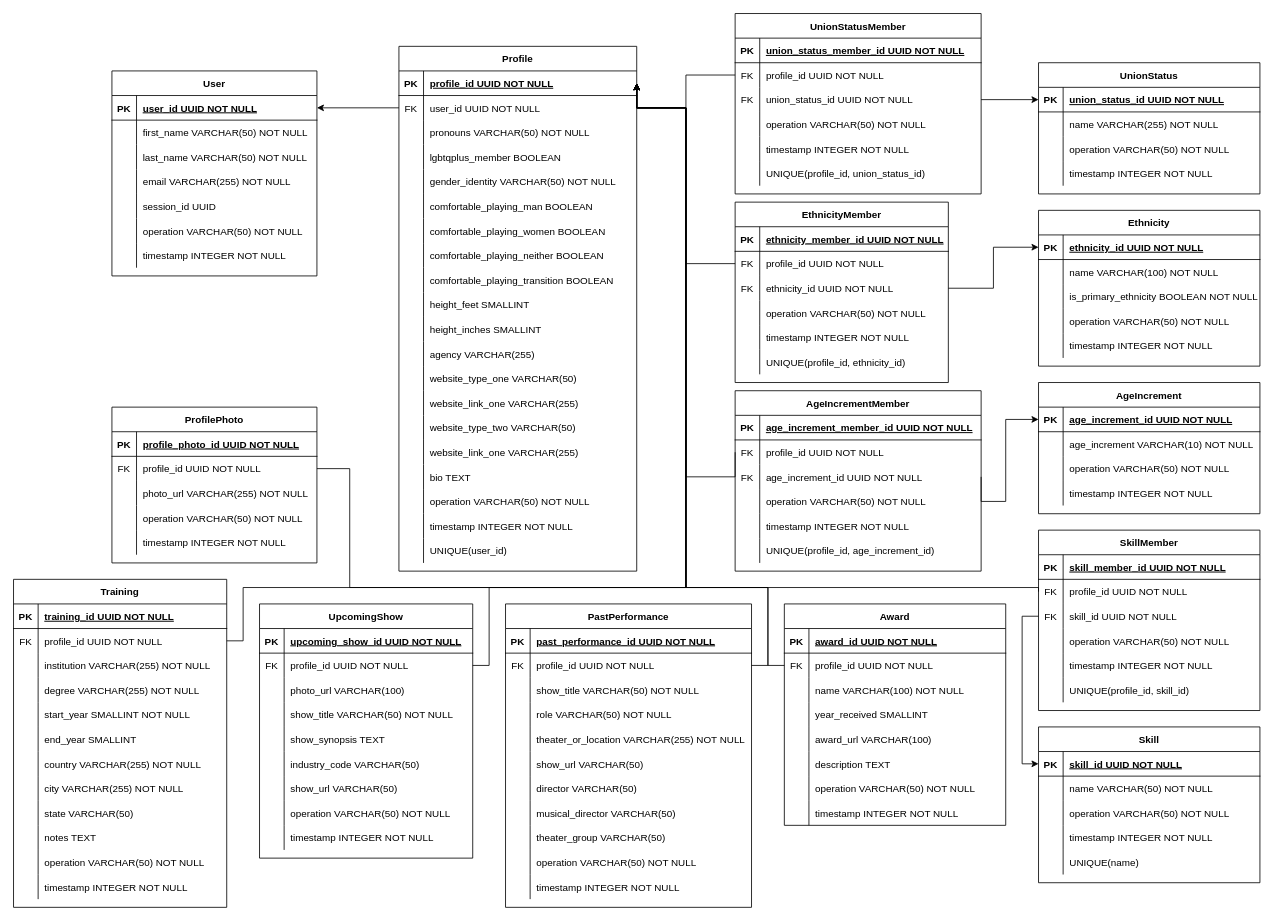
Above: docs/db_designs/cag-backend-api-v1.drawio in Chicago-Artist-Guide/cag-backend-api (draw.io), before the change. Source tidied: cells renumbered, new cells numbered last; positions are measured from the earlier drawing's top-left corner, leaving out a move shared by most shapes. Both pictures are drawn from the tidied source at 82%, with x=0, y=0 at pixel (13, 13).
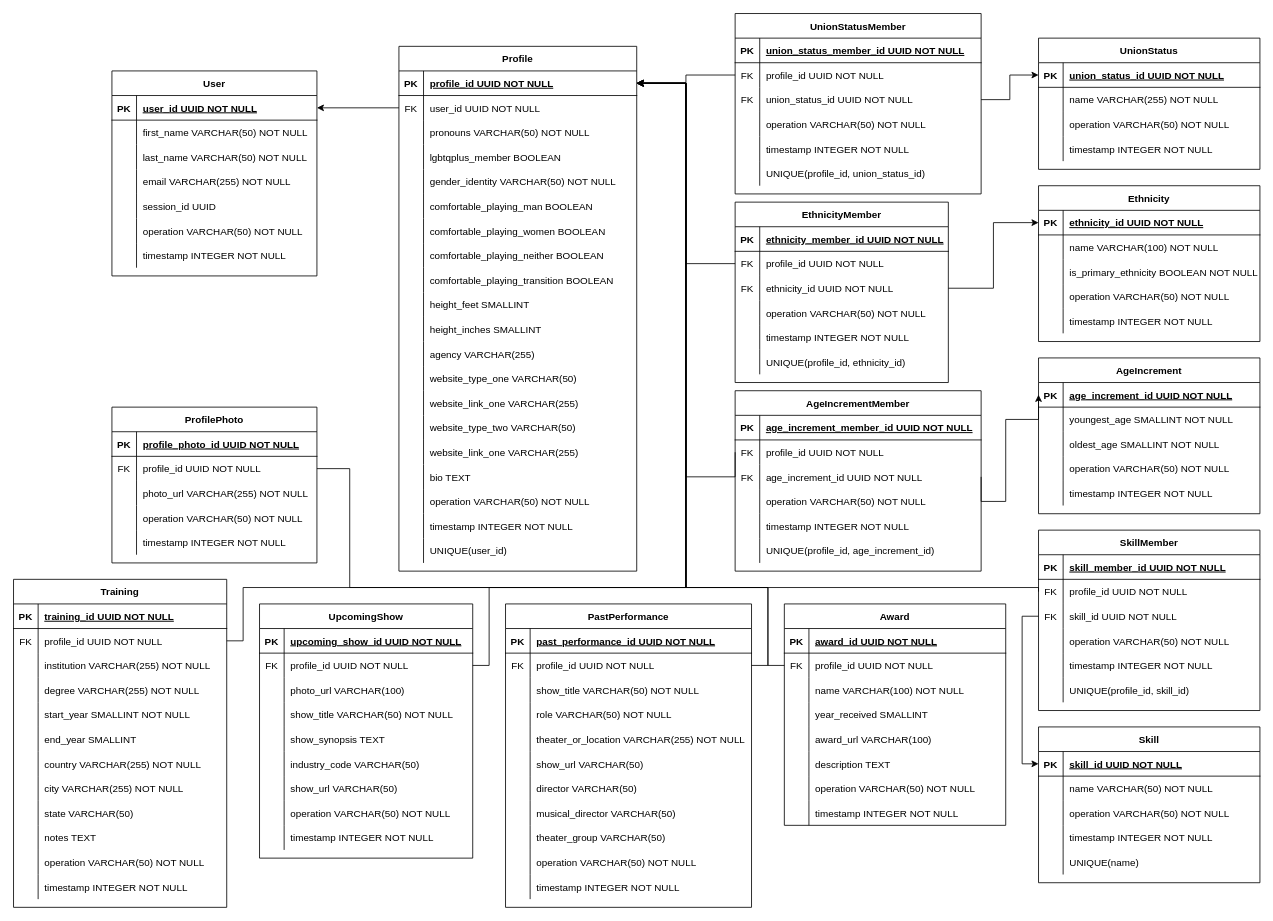
After the change.

Unchanged cells that the change refers to:
```xml
<mxCell id="25" style="shape=partialRectangle;fillColor=none;points=[[0,0.5],[1,0.5]];portConstraint=eastwest;top=0;left=0;right=0;bottom=1;" parent="24" vertex="1">
  <mxGeometry y="30" width="290" height="30" as="geometry" />
</mxCell>
<mxCell id="102" style="shape=partialRectangle;fillColor=none;points=[[0,0.5],[1,0.5]];portConstraint=eastwest;top=0;left=0;right=0;bottom=0;" parent="98" vertex="1">
  <mxGeometry y="60" width="300" height="30" as="geometry" />
</mxCell>
<mxCell id="124" style="shape=partialRectangle;fillColor=none;points=[[0,0.5],[1,0.5]];portConstraint=eastwest;top=0;left=0;right=0;bottom=0;" parent="120" vertex="1">
  <mxGeometry y="60" width="260" height="30" as="geometry" />
</mxCell>
<mxCell id="161" style="shape=partialRectangle;fillColor=none;points=[[0,0.5],[1,0.5]];portConstraint=eastwest;top=0;left=0;right=0;bottom=0;" parent="157" vertex="1">
  <mxGeometry y="60" width="300" height="30" as="geometry" />
</mxCell>
<mxCell id="181" style="shape=partialRectangle;fillColor=none;top=0;left=0;right=0;bottom=0;" parent="177" vertex="1">
  <mxGeometry y="60" width="270" height="30" as="geometry" />
</mxCell>
<mxCell id="196" style="shape=partialRectangle;fillColor=none;points=[[0,0.5],[1,0.5]];portConstraint=eastwest;top=0;left=0;right=0;bottom=0;" parent="192" vertex="1">
  <mxGeometry y="60" width="260" height="30" as="geometry" />
</mxCell>
<mxCell id="233" style="shape=partialRectangle;fillColor=none;points=[[0,0.5],[1,0.5]];portConstraint=eastwest;top=0;left=0;right=0;bottom=0;" parent="229" vertex="1">
  <mxGeometry y="60" width="250" height="30" as="geometry" />
</mxCell>
<mxCell id="251" style="shape=partialRectangle;fillColor=none;points=[[0,0.5],[1,0.5]];portConstraint=eastwest;top=0;left=0;right=0;bottom=0;" parent="247" vertex="1">
  <mxGeometry y="60" width="260" height="30" as="geometry" />
</mxCell>
<mxCell id="280" style="shape=partialRectangle;fillColor=none;points=[[0,0.5],[1,0.5]];portConstraint=eastwest;top=0;left=0;right=0;bottom=0;" parent="276" vertex="1">
  <mxGeometry y="60" width="300" height="30" as="geometry" />
</mxCell>
<mxCell id="316" style="shape=partialRectangle;fillColor=none;points=[[0,0.5],[1,0.5]];portConstraint=eastwest;top=0;left=0;right=0;bottom=0;" parent="312" vertex="1">
  <mxGeometry y="60" width="270" height="30" as="geometry" />
</mxCell>
<mxCell id="354" style="shape=partialRectangle;fillColor=none;points=[[0,0.5],[1,0.5]];portConstraint=eastwest;top=0;left=0;right=0;bottom=0;" parent="350" vertex="1">
  <mxGeometry y="60" width="270" height="30" as="geometry" />
</mxCell>
```

The edit, as a diff of the source:
```diff
@@
     <mxCell id="85" value="UnionStatus" style="shape=table;startSize=30;childLayout=tableLayout;rowLines=0;fontStyle=1;align=center;" parent="1" vertex="1">
-      <mxGeometry x="1250" y="60" width="270" height="160" as="geometry" />
+      <mxGeometry x="1250" y="30" width="270" height="160" as="geometry" />
     </mxCell>
@@
     <mxCell id="117" style="edgeStyle=orthogonalEdgeStyle;rounded=0;jettySize=auto;html=1;exitX=0;exitY=0.5;exitDx=0;exitDy=0;entryX=1;entryY=0.5;entryDx=0;entryDy=0;" parent="1" edge="1" source="102" target="25">
       <mxGeometry relative="1" as="geometry">
         <Array as="points">
           <mxPoint x="820" y="75" />
-          <mxPoint x="820" y="115" />
+          <mxPoint x="820" y="85" />
         </Array>
       </mxGeometry>
     </mxCell>
@@
     <mxCell id="139" style="edgeStyle=orthogonalEdgeStyle;rounded=0;jettySize=auto;html=1;exitX=0;exitY=0.5;exitDx=0;exitDy=0;entryX=1;entryY=0.5;entryDx=0;entryDy=0;" parent="1" edge="1" source="124" target="25">
       <mxGeometry relative="1" as="geometry">
         <Array as="points">
           <mxPoint x="820" y="305" />
-          <mxPoint x="820" y="115" />
+          <mxPoint x="820" y="85" />
         </Array>
       </mxGeometry>
     </mxCell>
     <mxCell id="140" value="Ethnicity" style="shape=table;startSize=30;childLayout=tableLayout;rowLines=0;fontStyle=1;align=center;" parent="1" vertex="1">
-      <mxGeometry x="1250" y="240" width="270" height="190" as="geometry" />
+      <mxGeometry x="1250" y="210" width="270" height="190" as="geometry" />
     </mxCell>
@@
     <mxCell id="176" style="edgeStyle=orthogonalEdgeStyle;rounded=0;jettySize=auto;html=1;exitX=0;exitY=0.5;exitDx=0;exitDy=0;entryX=1;entryY=0.5;entryDx=0;entryDy=0;" parent="1" edge="1" source="161" target="25">
       <mxGeometry relative="1" as="geometry">
         <Array as="points">
+          <mxPoint x="880" y="565" />
           <mxPoint x="820" y="565" />
-          <mxPoint x="820" y="115" />
+          <mxPoint x="820" y="85" />
         </Array>
       </mxGeometry>
     </mxCell>
     <mxCell id="177" value="AgeIncrement" style="shape=table;startSize=30;childLayout=tableLayout;rowLines=0;fontStyle=1;align=center;" parent="1" vertex="1">
-      <mxGeometry x="1250" y="450" width="270" height="160" as="geometry" />
+      <mxGeometry x="1250" y="420" width="270" height="190" as="geometry" />
     </mxCell>
@@
-    <mxCell id="183" value="age_increment VARCHAR(10) NOT NULL" style="shape=partialRectangle;overflow=hidden;fillColor=none;top=0;left=0;bottom=0;right=0;align=left;spacingLeft=6;" parent="181" vertex="1">
+    <mxCell id="183" value="youngest_age SMALLINT NOT NULL" style="shape=partialRectangle;overflow=hidden;fillColor=none;top=0;left=0;bottom=0;right=0;align=left;spacingLeft=6;" parent="181" vertex="1">
       <mxGeometry x="30" width="240" height="30" as="geometry" />
     </mxCell>
+    <mxCell id="376" style="shape=partialRectangle;fillColor=none;top=0;left=0;right=0;bottom=0;" parent="177" vertex="1">
+      <mxGeometry y="90" width="270" height="30" as="geometry" />
+    </mxCell>
+    <mxCell id="377" style="shape=partialRectangle;overflow=hidden;fillColor=none;top=0;left=0;bottom=0;right=0;" parent="376" vertex="1">
+      <mxGeometry width="30" height="30" as="geometry" />
+    </mxCell>
+    <mxCell id="378" value="oldest_age SMALLINT NOT NULL" style="shape=partialRectangle;overflow=hidden;fillColor=none;top=0;left=0;bottom=0;right=0;align=left;spacingLeft=6;" parent="376" vertex="1">
+      <mxGeometry x="30" width="240" height="30" as="geometry" />
+    </mxCell>
     <mxCell id="184" style="shape=partialRectangle;fillColor=none;points=[[0,0.5],[1,0.5]];portConstraint=eastwest;top=0;left=0;right=0;bottom=0;" parent="177" vertex="1">
-      <mxGeometry y="90" width="270" height="30" as="geometry" />
+      <mxGeometry y="120" width="270" height="30" as="geometry" />
     </mxCell>
@@
     <mxCell id="187" style="shape=partialRectangle;fillColor=none;top=0;left=0;right=0;bottom=0;" parent="177" vertex="1">
-      <mxGeometry y="120" width="270" height="30" as="geometry" />
+      <mxGeometry y="150" width="270" height="30" as="geometry" />
     </mxCell>
@@
     <mxCell id="246" style="edgeStyle=orthogonalEdgeStyle;rounded=0;jettySize=auto;html=1;exitX=1;exitY=0.5;exitDx=0;exitDy=0;entryX=1;entryY=0.5;entryDx=0;entryDy=0;" parent="1" edge="1" source="196" target="25">
       <mxGeometry relative="1" as="geometry">
         <Array as="points">
           <mxPoint x="280" y="765" />
           <mxPoint x="280" y="700" />
           <mxPoint x="820" y="700" />
-          <mxPoint x="820" y="115" />
-          <mxPoint x="760" y="115" />
+          <mxPoint x="820" y="85" />
         </Array>
       </mxGeometry>
     </mxCell>
@@
     <mxCell id="275" style="edgeStyle=orthogonalEdgeStyle;rounded=0;jettySize=auto;html=1;entryX=1;entryY=0.5;entryDx=0;entryDy=0;exitX=1;exitY=0.5;exitDx=0;exitDy=0;" parent="1" edge="1" source="251" target="25">
       <mxGeometry relative="1" as="geometry">
         <Array as="points">
           <mxPoint x="580" y="795" />
           <mxPoint x="580" y="700" />
           <mxPoint x="820" y="700" />
-          <mxPoint x="820" y="115" />
-          <mxPoint x="760" y="115" />
+          <mxPoint x="820" y="85" />
         </Array>
       </mxGeometry>
     </mxCell>
@@
     <mxCell id="310" style="edgeStyle=orthogonalEdgeStyle;rounded=0;jettySize=auto;html=1;entryX=1;entryY=0.5;entryDx=0;entryDy=0;exitX=1;exitY=0.5;exitDx=0;exitDy=0;" parent="1" edge="1" source="280" target="25">
       <mxGeometry relative="1" as="geometry">
         <Array as="points">
           <mxPoint x="920" y="795" />
           <mxPoint x="920" y="700" />
           <mxPoint x="820" y="700" />
-          <mxPoint x="820" y="115" />
+          <mxPoint x="820" y="85" />
         </Array>
       </mxGeometry>
     </mxCell>
     <mxCell id="311" style="edgeStyle=orthogonalEdgeStyle;rounded=0;jettySize=auto;html=1;exitX=1;exitY=0.5;exitDx=0;exitDy=0;entryX=1;entryY=0.5;entryDx=0;entryDy=0;" parent="1" edge="1" source="233" target="25">
       <mxGeometry relative="1" as="geometry">
         <Array as="points">
           <mxPoint x="410" y="555" />
           <mxPoint x="410" y="700" />
           <mxPoint x="820" y="700" />
-          <mxPoint x="820" y="115" />
+          <mxPoint x="820" y="85" />
         </Array>
       </mxGeometry>
     </mxCell>
@@
     <mxCell id="349" style="edgeStyle=orthogonalEdgeStyle;rounded=0;jettySize=auto;html=1;exitX=0;exitY=0.5;exitDx=0;exitDy=0;entryX=1;entryY=0.5;entryDx=0;entryDy=0;" parent="1" edge="1" source="354" target="25">
       <mxGeometry relative="1" as="geometry">
         <Array as="points">
           <mxPoint x="920" y="795" />
           <mxPoint x="920" y="700" />
           <mxPoint x="820" y="700" />
-          <mxPoint x="820" y="115" />
+          <mxPoint x="820" y="85" />
         </Array>
       </mxGeometry>
     </mxCell>
@@
     <mxCell id="375" style="edgeStyle=orthogonalEdgeStyle;rounded=0;jettySize=auto;html=1;exitX=0;exitY=0.5;exitDx=0;exitDy=0;entryX=1;entryY=0.5;entryDx=0;entryDy=0;" parent="1" edge="1" source="316" target="25">
       <mxGeometry relative="1" as="geometry">
         <Array as="points">
           <mxPoint x="1250" y="700" />
           <mxPoint x="820" y="700" />
-          <mxPoint x="820" y="115" />
+          <mxPoint x="820" y="85" />
         </Array>
       </mxGeometry>
     </mxCell>
```
